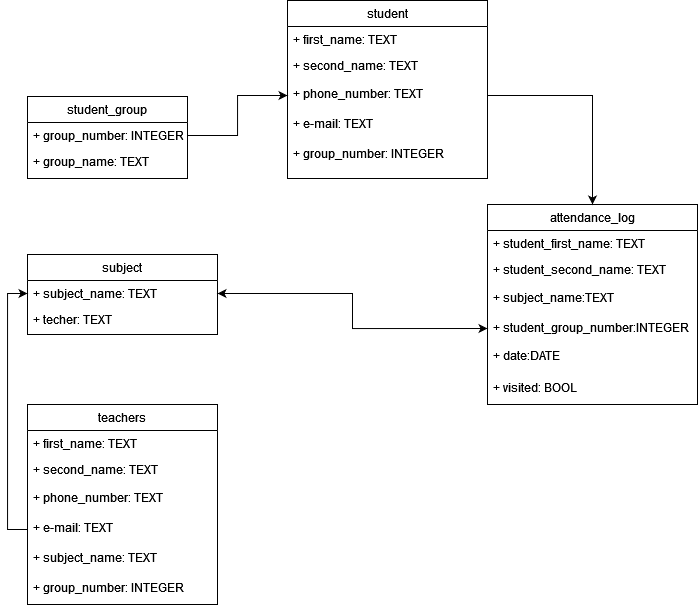
This is Диаграмма без названия.drawio.png from Xenely14/DB-diag, a draw.io export, as it was before one commit. Source tidied: cells renumbered, new cells last; positions are measured from the earlier drawing's top-left corner, leaving out a move shared by most shapes.
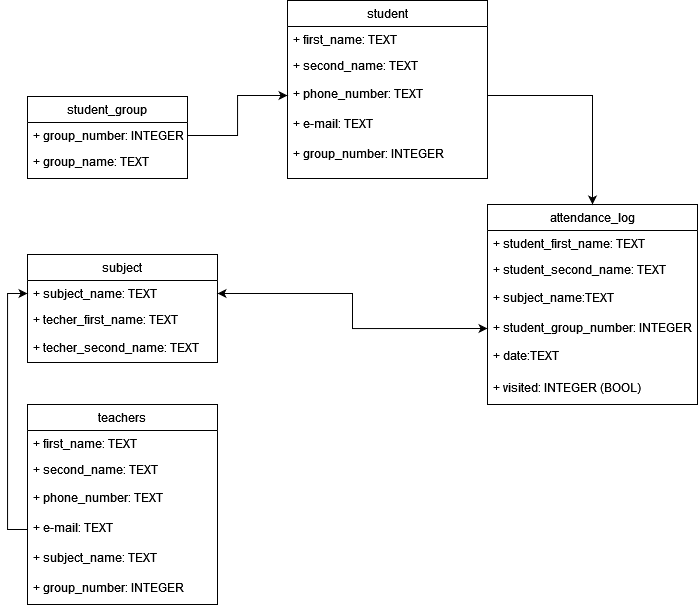
The same file after the commit.

What changed in the source:
```diff
@@ -54,14 +54,17 @@
       <mxGeometry y="170" width="190" height="30" as="geometry" />
     </mxCell>
     <mxCell id="19" value="subject" style="swimlane;fontStyle=0;horizontal=1;startSize=26;fillColor=none;" parent="1" vertex="1">
-      <mxGeometry y="254" width="190" height="80" as="geometry" />
+      <mxGeometry y="254" width="190" height="108" as="geometry" />
     </mxCell>
     <mxCell id="20" value="+ subject_name: TEXT " style="text;strokeColor=none;fillColor=none;align=left;verticalAlign=top;spacingLeft=4;spacingRight=4;overflow=hidden;points=[[0,0.5],[1,0.5]];portConstraint=eastwest;" parent="19" vertex="1">
       <mxGeometry y="26" width="190" height="26" as="geometry" />
     </mxCell>
-    <mxCell id="21" value="+ techer: TEXT &#10;&#10;" style="text;strokeColor=none;fillColor=none;align=left;verticalAlign=top;spacingLeft=4;spacingRight=4;overflow=hidden;" parent="19" vertex="1">
+    <mxCell id="21" value="+ techer_first_name: TEXT &#10;&#10;" style="text;strokeColor=none;fillColor=none;align=left;verticalAlign=top;spacingLeft=4;spacingRight=4;overflow=hidden;" parent="19" vertex="1">
       <mxGeometry y="52" width="190" height="28" as="geometry" />
     </mxCell>
+    <mxCell id="32" value="+ techer_second_name: TEXT &#10;&#10;" style="text;strokeColor=none;fillColor=none;align=left;verticalAlign=top;spacingLeft=4;spacingRight=4;overflow=hidden;" parent="19" vertex="1">
+      <mxGeometry y="80" width="190" height="28" as="geometry" />
+    </mxCell>
     <mxCell id="22" value="attendance_log" style="swimlane;fontStyle=0;horizontal=1;startSize=26;fillColor=none;" parent="1" vertex="1">
       <mxGeometry x="460" y="204" width="210" height="200" as="geometry" />
     </mxCell>
@@ -74,13 +77,13 @@
     <mxCell id="25" value="+ subject_name:TEXT&#10;&#10;" style="text;strokeColor=none;fillColor=none;align=left;verticalAlign=top;spacingLeft=4;spacingRight=4;overflow=hidden;" parent="22" vertex="1">
       <mxGeometry y="80" width="210" height="30" as="geometry" />
     </mxCell>
-    <mxCell id="26" value="+ student_group_number:INTEGER &#10;&#10;" style="text;strokeColor=none;fillColor=none;align=left;verticalAlign=top;spacingLeft=4;spacingRight=4;overflow=hidden;points=[[0,0.5],[1,0.5]];portConstraint=eastwest;" parent="22" vertex="1">
+    <mxCell id="26" value="+ student_group_number: INTEGER &#10;&#10;" style="text;strokeColor=none;fillColor=none;align=left;verticalAlign=top;spacingLeft=4;spacingRight=4;overflow=hidden;points=[[0,0.5],[1,0.5]];portConstraint=eastwest;" parent="22" vertex="1">
       <mxGeometry y="110" width="210" height="28" as="geometry" />
     </mxCell>
-    <mxCell id="27" value="+ date:DATE &#10;&#10;" style="text;strokeColor=none;fillColor=none;align=left;verticalAlign=top;spacingLeft=4;spacingRight=4;overflow=hidden;" parent="22" vertex="1">
+    <mxCell id="27" value="+ date:TEXT &#10;&#10;" style="text;strokeColor=none;fillColor=none;align=left;verticalAlign=top;spacingLeft=4;spacingRight=4;overflow=hidden;" parent="22" vertex="1">
       <mxGeometry y="138" width="210" height="32" as="geometry" />
     </mxCell>
-    <mxCell id="28" value="+ visited: BOOL&#10;&#10;" style="text;strokeColor=none;fillColor=none;align=left;verticalAlign=top;spacingLeft=4;spacingRight=4;overflow=hidden;" parent="22" vertex="1">
+    <mxCell id="28" value="+ visited: INTEGER (BOOL)&#10;" style="text;strokeColor=none;fillColor=none;align=left;verticalAlign=top;spacingLeft=4;spacingRight=4;overflow=hidden;" parent="22" vertex="1">
       <mxGeometry y="170" width="210" height="30" as="geometry" />
     </mxCell>
     <mxCell id="29" style="edgeStyle=orthogonalEdgeStyle;rounded=0;jettySize=auto;html=1;exitX=0;exitY=0.5;exitDx=0;exitDy=0;entryX=1;entryY=0.5;entryDx=0;entryDy=0;startArrow=classic;startFill=1;" parent="1" edge="1" source="26" target="20">
```
